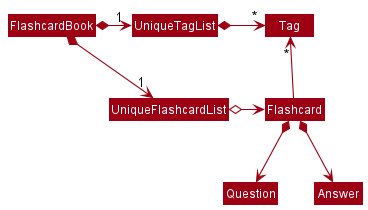
nus-cs2103-AY2021S2/tp keeps this PlantUML diagram as docs/images/BetterModelClassDiagram.png. Above is the earlier version.
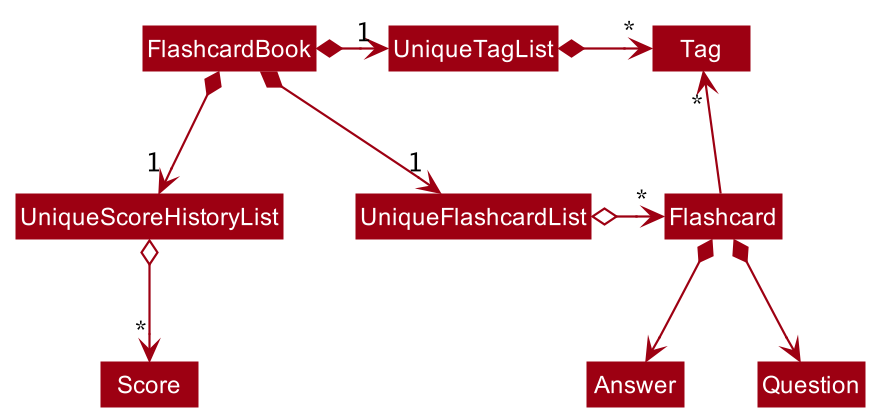
Later version of the same file.

Diff of the diagram source:
```diff
@@ -6,14 +6,16 @@
 
 FlashcardBook *-right-> "1" UniqueFlashcardList
 FlashcardBook *-right-> "1" UniqueTagList
+FlashcardBook *-down-> "1" UniqueScoreHistoryList
 UniqueTagList -[hidden]down- UniqueFlashcardList
 UniqueTagList -[hidden]down- UniqueFlashcardList
 
 UniqueTagList *-right-> "*" Tag
-UniqueFlashcardList o-right-> Flashcard
+UniqueFlashcardList o-right-> "*"Flashcard
 
 Flashcard -up-> "*" Tag
-
 Flashcard *--> Question
 Flashcard *--> Answer
+
+UniqueScoreHistoryList o-down-> "*"Score
 @enduml
```
